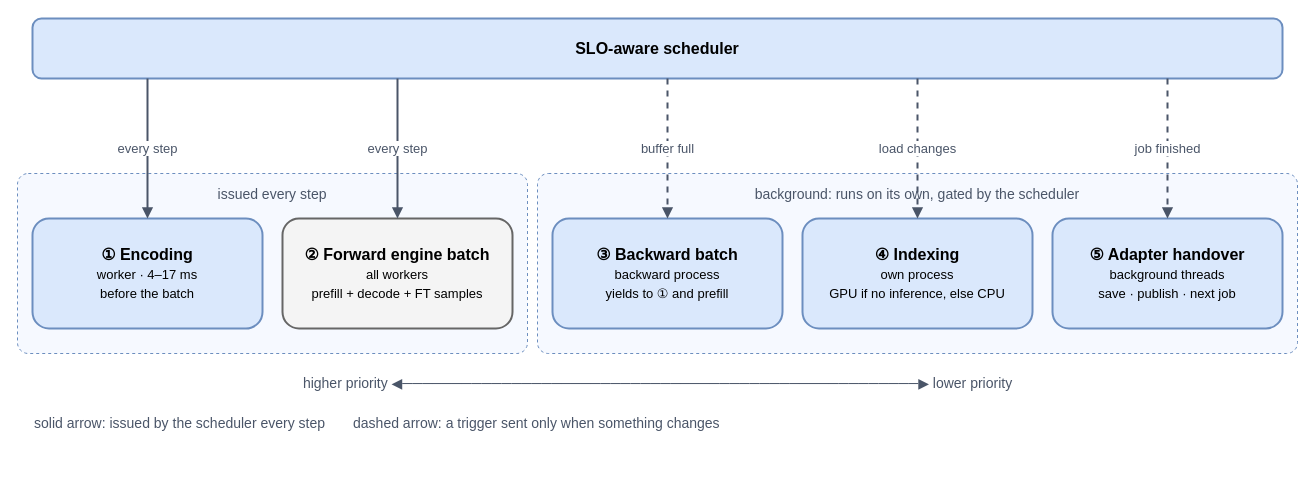
This is page "schedulable-objects" (9 of 13) of docs/figures/scheduling/all-scheduling-diagrams.drawio from 852866031/DeltaServe-vLLM, a draw.io file, before an edit. Source tidied: cells renumbered, new cells numbered last; positions are measured from the earlier drawing's top-left corner, leaving out a move shared by most shapes. Both pictures are drawn from the tidied source at 100%, with x=0, y=0 at pixel (17, 18).
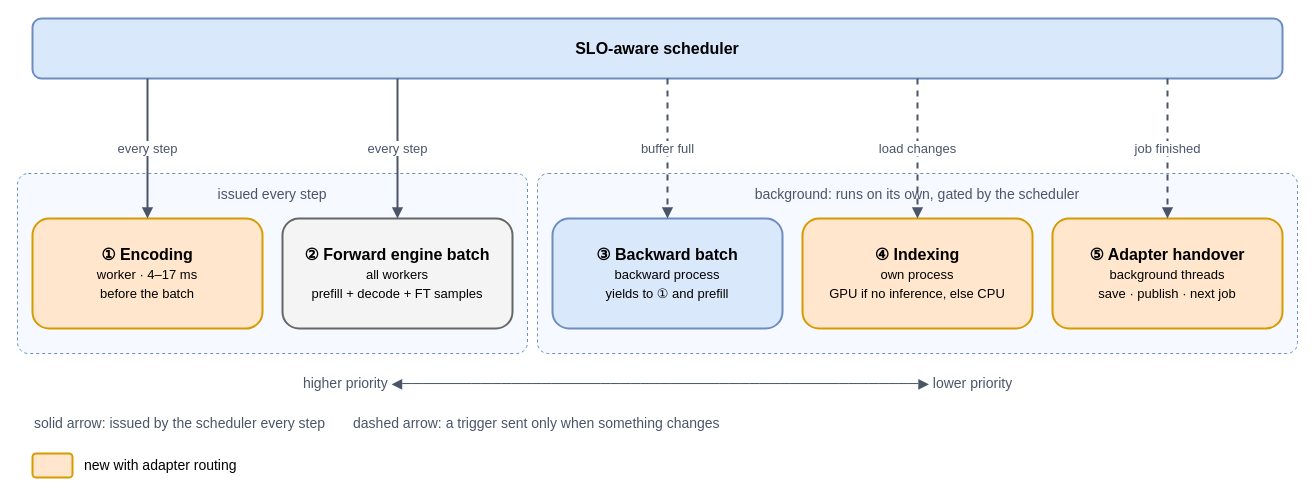
Above is the later version.

The edit, as a diff of the source:
```diff
@@
 <mxGraphModel>
   <root>
     <mxCell id="0" />
     <mxCell id="1" parent="0" />
     <mxCell id="2" value="&lt;b&gt;SLO-aware scheduler&lt;/b&gt;" style="rounded=1;whiteSpace=wrap;html=1;fontSize=16;fillColor=#DAE8FC;strokeColor=#6C8EBF;strokeWidth=2;" parent="1" vertex="1">
       <mxGeometry x="15" width="1250" height="60" as="geometry" />
     </mxCell>
     <mxCell id="3" value="issued every step" style="rounded=1;arcSize=6;whiteSpace=wrap;html=1;fontSize=14;fontColor=#4A5568;fillColor=#F6F9FF;strokeColor=#6C8EBF;dashed=1;verticalAlign=top;spacingTop=6;" parent="1" vertex="1">
       <mxGeometry y="155" width="510" height="180" as="geometry" />
     </mxCell>
     <mxCell id="4" value="background: runs on its own, gated by the scheduler" style="rounded=1;arcSize=6;whiteSpace=wrap;html=1;fontSize=14;fontColor=#4A5568;fillColor=#F6F9FF;strokeColor=#6C8EBF;dashed=1;verticalAlign=top;spacingTop=6;" parent="1" vertex="1">
       <mxGeometry x="520" y="155" width="760" height="180" as="geometry" />
     </mxCell>
-    <mxCell id="5" value="&lt;b&gt;① Encoding&lt;/b&gt;&lt;br&gt;&lt;font style=&quot;font-size:13px&quot;&gt;worker · 4–17 ms&lt;br&gt;before the batch&lt;/font&gt;" style="rounded=1;whiteSpace=wrap;html=1;fontSize=16;fillColor=#DAE8FC;strokeColor=#6C8EBF;strokeWidth=2;" parent="1" vertex="1">
+    <mxCell id="5" value="&lt;b&gt;① Encoding&lt;/b&gt;&lt;br&gt;&lt;font style=&quot;font-size:13px&quot;&gt;worker · 4–17 ms&lt;br&gt;before the batch&lt;/font&gt;" style="rounded=1;whiteSpace=wrap;html=1;fontSize=16;fillColor=#FFE6CC;strokeColor=#D79B00;strokeWidth=2;" parent="1" vertex="1">
       <mxGeometry x="15" y="200" width="230" height="110" as="geometry" />
     </mxCell>
     <mxCell id="6" value="&lt;b&gt;② Forward engine batch&lt;/b&gt;&lt;br&gt;&lt;font style=&quot;font-size:13px&quot;&gt;all workers&lt;br&gt;prefill + decode + FT samples&lt;/font&gt;" style="rounded=1;whiteSpace=wrap;html=1;fontSize=16;fillColor=#F4F4F4;strokeColor=#666666;strokeWidth=2;" parent="1" vertex="1">
       <mxGeometry x="265" y="200" width="230" height="110" as="geometry" />
     </mxCell>
     <mxCell id="7" value="&lt;b&gt;③ Backward batch&lt;/b&gt;&lt;br&gt;&lt;font style=&quot;font-size:13px&quot;&gt;backward process&lt;br&gt;yields to ① and prefill&lt;/font&gt;" style="rounded=1;whiteSpace=wrap;html=1;fontSize=16;fillColor=#DAE8FC;strokeColor=#6C8EBF;strokeWidth=2;" parent="1" vertex="1">
       <mxGeometry x="535" y="200" width="230" height="110" as="geometry" />
     </mxCell>
-    <mxCell id="8" value="&lt;b&gt;④ Indexing&lt;/b&gt;&lt;br&gt;&lt;font style=&quot;font-size:13px&quot;&gt;own process&lt;br&gt;GPU if no inference, else CPU&lt;/font&gt;" style="rounded=1;whiteSpace=wrap;html=1;fontSize=16;fillColor=#DAE8FC;strokeColor=#6C8EBF;strokeWidth=2;" parent="1" vertex="1">
+    <mxCell id="8" value="&lt;b&gt;④ Indexing&lt;/b&gt;&lt;br&gt;&lt;font style=&quot;font-size:13px&quot;&gt;own process&lt;br&gt;GPU if no inference, else CPU&lt;/font&gt;" style="rounded=1;whiteSpace=wrap;html=1;fontSize=16;fillColor=#FFE6CC;strokeColor=#D79B00;strokeWidth=2;" parent="1" vertex="1">
       <mxGeometry x="785" y="200" width="230" height="110" as="geometry" />
     </mxCell>
-    <mxCell id="9" value="&lt;b&gt;⑤ Adapter handover&lt;/b&gt;&lt;br&gt;&lt;font style=&quot;font-size:13px&quot;&gt;background threads&lt;br&gt;save · publish · next job&lt;/font&gt;" style="rounded=1;whiteSpace=wrap;html=1;fontSize=16;fillColor=#DAE8FC;strokeColor=#6C8EBF;strokeWidth=2;" parent="1" vertex="1">
+    <mxCell id="9" value="&lt;b&gt;⑤ Adapter handover&lt;/b&gt;&lt;br&gt;&lt;font style=&quot;font-size:13px&quot;&gt;background threads&lt;br&gt;save · publish · next job&lt;/font&gt;" style="rounded=1;whiteSpace=wrap;html=1;fontSize=16;fillColor=#FFE6CC;strokeColor=#D79B00;strokeWidth=2;" parent="1" vertex="1">
       <mxGeometry x="1035" y="200" width="230" height="110" as="geometry" />
     </mxCell>
     <mxCell id="10" value="every step" style="html=1;strokeColor=#4A5568;strokeWidth=2;fontSize=13;fontColor=#4A5568;endArrow=block;exitX=0.092;exitY=1;entryX=0.5;entryY=0;" parent="1" edge="1" source="2" target="5">
       <mxGeometry relative="1" as="geometry" />
     </mxCell>
     <mxCell id="11" value="every step" style="html=1;strokeColor=#4A5568;strokeWidth=2;fontSize=13;fontColor=#4A5568;endArrow=block;exitX=0.292;exitY=1;entryX=0.5;entryY=0;" parent="1" edge="1" source="2" target="6">
       <mxGeometry relative="1" as="geometry" />
     </mxCell>
     <mxCell id="12" value="buffer full" style="html=1;strokeColor=#4A5568;strokeWidth=2;fontSize=13;fontColor=#4A5568;endArrow=block;dashed=1;exitX=0.508;exitY=1;entryX=0.5;entryY=0;" parent="1" edge="1" source="2" target="7">
       <mxGeometry relative="1" as="geometry" />
     </mxCell>
     <mxCell id="13" value="load changes" style="html=1;strokeColor=#4A5568;strokeWidth=2;fontSize=13;fontColor=#4A5568;endArrow=block;dashed=1;exitX=0.708;exitY=1;entryX=0.5;entryY=0;" parent="1" edge="1" source="2" target="8">
       <mxGeometry relative="1" as="geometry" />
     </mxCell>
     <mxCell id="14" value="job finished" style="html=1;strokeColor=#4A5568;strokeWidth=2;fontSize=13;fontColor=#4A5568;endArrow=block;dashed=1;exitX=0.908;exitY=1;entryX=0.5;entryY=0;" parent="1" edge="1" source="2" target="9">
       <mxGeometry relative="1" as="geometry" />
     </mxCell>
     <mxCell id="15" value="higher priority  ◀────────────────────────────────────────────────────▶  lower priority" style="text;html=1;fontSize=14;align=center;fontColor=#4A5568;" parent="1" vertex="1">
       <mxGeometry x="15" y="350" width="1250" height="30" as="geometry" />
     </mxCell>
     <mxCell id="16" value="solid arrow: issued by the scheduler every step　　dashed arrow: a trigger sent only when something changes" style="text;html=1;fontSize=14;align=left;fontColor=#4A5568;" parent="1" vertex="1">
       <mxGeometry x="15" y="390" width="1250" height="30" as="geometry" />
     </mxCell>
+    <mxCell id="17" style="rounded=1;html=1;fillColor=#FFE6CC;strokeColor=#D79B00;strokeWidth=2;" parent="1" vertex="1">
+      <mxGeometry x="15" y="435" width="40" height="24" as="geometry" />
+    </mxCell>
+    <mxCell id="18" value="new with adapter routing" style="text;html=1;fontSize=14;align=left;verticalAlign=middle;" parent="1" vertex="1">
+      <mxGeometry x="65" y="432" width="190" height="30" as="geometry" />
+    </mxCell>
   </root>
 </mxGraphModel>
```
